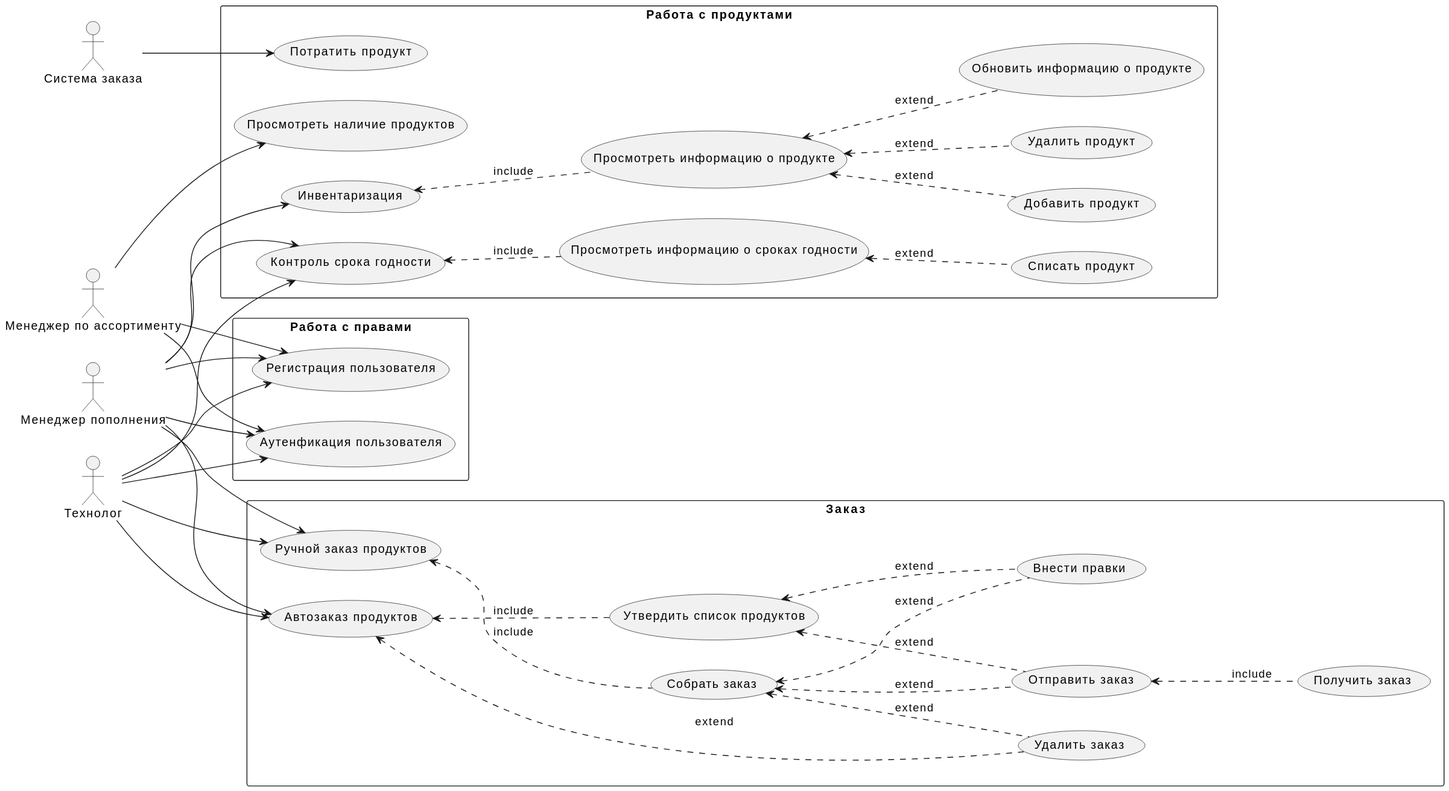
This is site/diagrams/out/usecase.svg from KapustinaAnna/KapustinaAnna.github.io, a PlantUML export, as it was before one commit. The source it was exported from:
```plantuml
@startuml
left to right direction

actor "Менеджер по ассортименту" as MS
actor "Менеджер пополнения" as MP
actor Технолог as T
actor "Система заказа" as R
rectangle Заказ {

usecase "Автозаказ продуктов" as AP
usecase "Утвердить список продуктов" as AP0

usecase "Внести правки" as AP1
usecase "Удалить заказ" as AP2
usecase "Отправить заказ" as AP3
usecase "Получить заказ" as AP4


usecase "Ручной заказ продуктов" as RZ
usecase "Собрать заказ" as RZ1


}
rectangle "Работа с продуктами"  {
usecase "Просмотреть наличие продуктов" as PP


usecase "Контроль срока годности" as KS
usecase "Просмотреть информацию о сроках годности" as KS1
usecase "Списать продукт" as KS2
usecase "Потратить продукт" as KS3


usecase "Инвентаризация" as UC1
usecase "Добавить продукт" as UC2
usecase "Удалить продукт" as UC3
usecase "Обновить информацию о продукте" as UC4
usecase "Просмотреть информацию о продукте" as UC6
}

rectangle "Работа с правами"  {
usecase "Регистрация пользователя" as UR1
usecase "Аутенфикация пользователя" as UR2
}

MS-->PP
MS-->UR1
MS-->UR2



T-->AP
T-->RZ
T-->UR1
T-->UR2
T-->KS

MP-->AP
MP-->KS
R-->KS3
MP-->UC1
MP-->RZ
MP-->UR1
MP-->UR2

AP<--AP0 #line.dashed; :include
AP<--AP2 #line.dashed; :extend
AP0<--AP1 #line.dashed; :extend
AP0<--AP3 #line.dashed; :extend
AP3<--AP4 #line.dashed; :include


KS<--KS1#line.dashed; :include
KS1<--KS2#line.dashed; :extend


UC1<--UC6 #line.dashed; :include
UC6<--UC4 #line.dashed; :extend
UC6<--UC2#line.dashed; :extend
UC6<--UC3#line.dashed; :extend



RZ<--RZ1 #line.dashed; :include
RZ1<--AP2 #line.dashed; :extend
RZ1<--AP1 #line.dashed; :extend
RZ1<--AP3 #line.dashed; :extend
@enduml
```
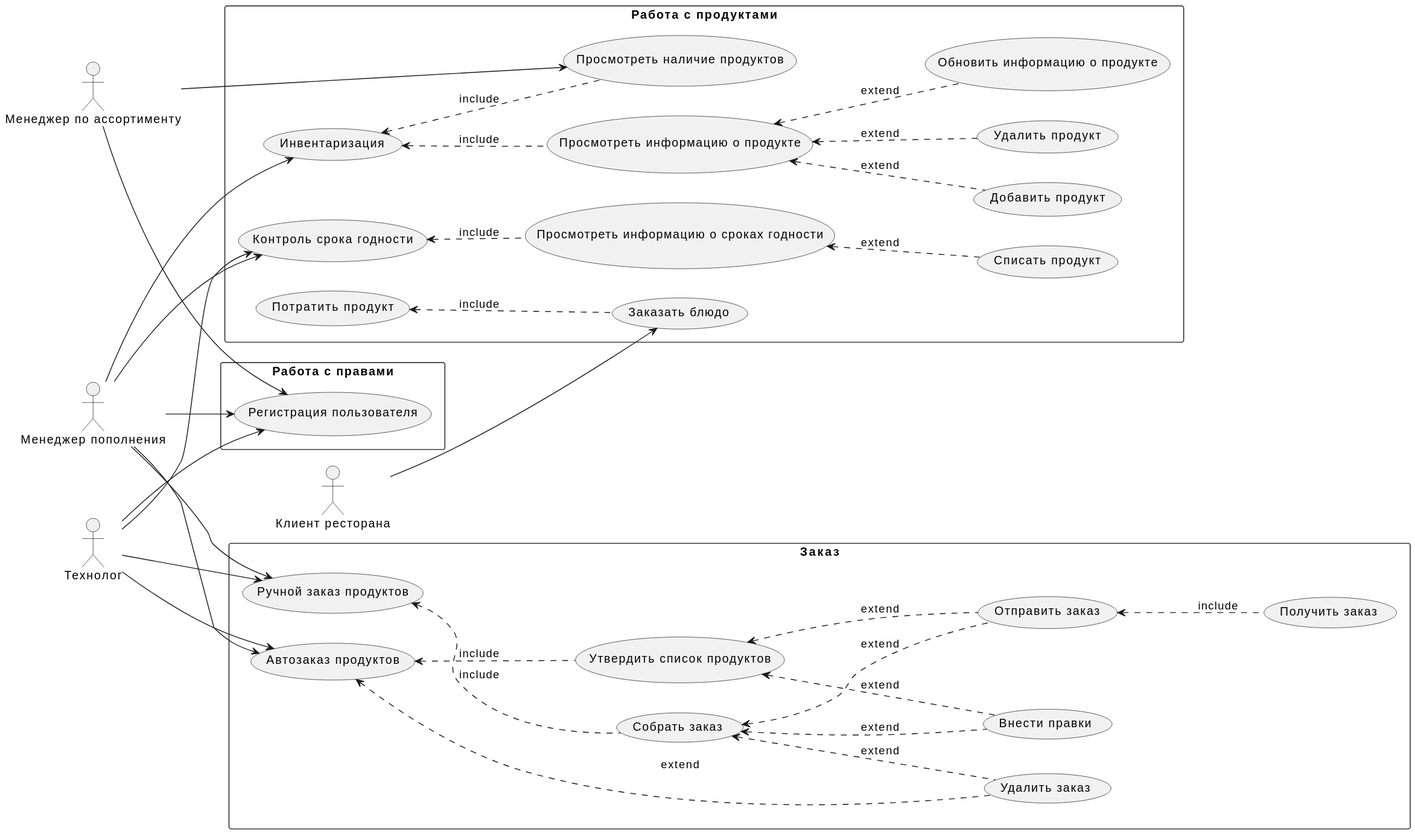
The same diagram one commit later.

Diff of the diagram source:
```diff
@@ -1,10 +1,10 @@
 @startuml
 left to right direction
-
+actor "Клиент ресторана" as K
 actor "Менеджер по ассортименту" as MS
 actor "Менеджер пополнения" as MP
 actor Технолог as T
-actor "Система заказа" as R
+
 rectangle Заказ {
 
 usecase "Автозаказ продуктов" as AP
@@ -23,12 +23,14 @@
 }
 rectangle "Работа с продуктами"  {
 usecase "Просмотреть наличие продуктов" as PP
-
-
+usecase "Потратить продукт" as KS5
+usecase "Заказать блюдо" as KS4
 usecase "Контроль срока годности" as KS
 usecase "Просмотреть информацию о сроках годности" as KS1
 usecase "Списать продукт" as KS2
-usecase "Потратить продукт" as KS3
+
+
+
 
 
 usecase "Инвентаризация" as UC1
@@ -40,29 +42,29 @@
 
 rectangle "Работа с правами"  {
 usecase "Регистрация пользователя" as UR1
-usecase "Аутенфикация пользователя" as UR2
+
 }
-
+K-->KS4
 MS-->PP
 MS-->UR1
-MS-->UR2
+
 
 
 
 T-->AP
 T-->RZ
 T-->UR1
-T-->UR2
+
 T-->KS
 
 MP-->AP
 MP-->KS
-R-->KS3
+
 MP-->UC1
 MP-->RZ
 MP-->UR1
-MP-->UR2
 
+KS5<--KS4#line.dashed; :include
 AP<--AP0 #line.dashed; :include
 AP<--AP2 #line.dashed; :extend
 AP0<--AP1 #line.dashed; :extend
@@ -74,6 +76,7 @@
 KS1<--KS2#line.dashed; :extend
 
 
+UC1<--PP #line.dashed; :include
 UC1<--UC6 #line.dashed; :include
 UC6<--UC4 #line.dashed; :extend
 UC6<--UC2#line.dashed; :extend
```
